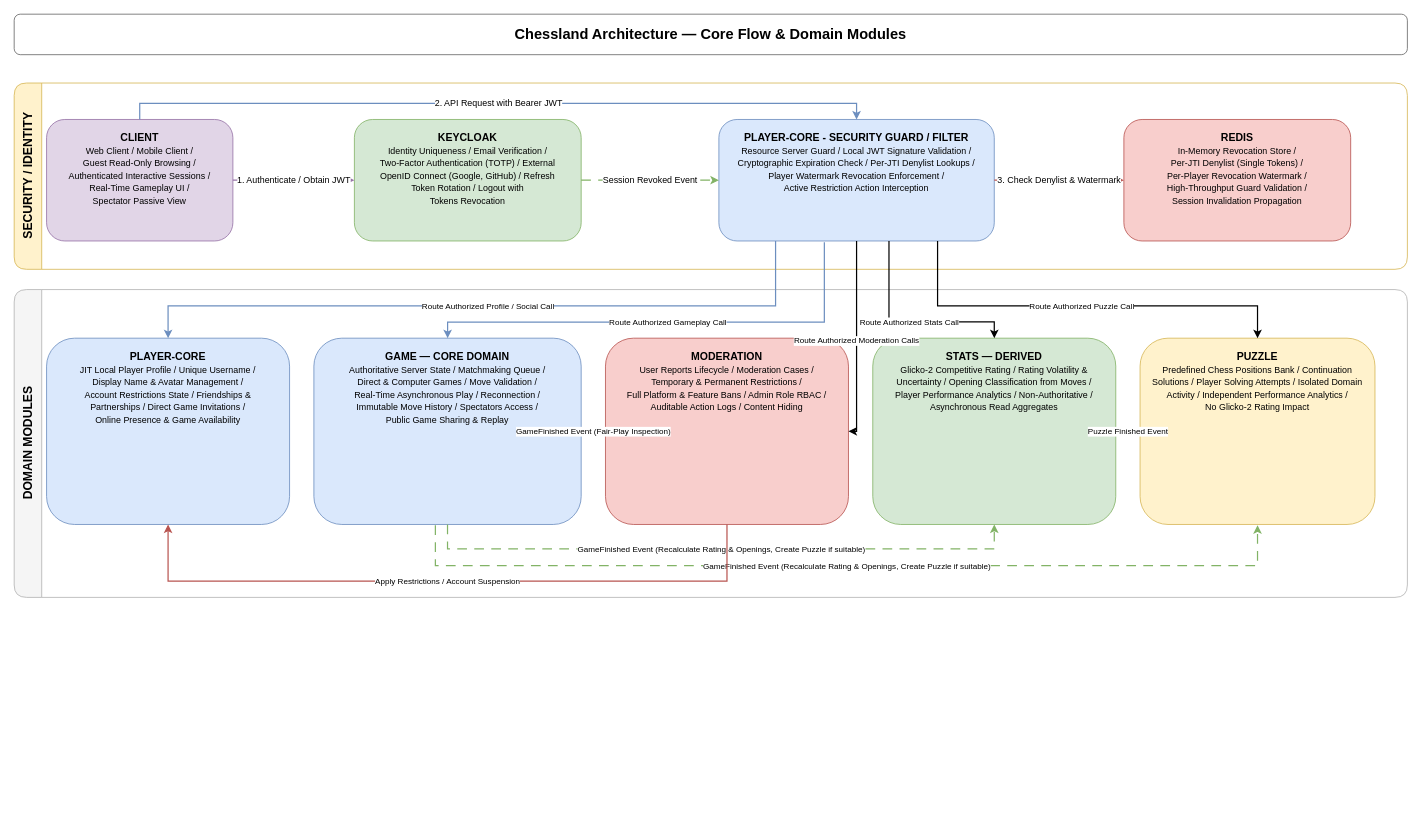
Before: chessland-architecture.drawio in ChesslandOrg/chessland, a draw.io diagram. Source tidied: cells renumbered, new cells numbered last; positions are measured from the earlier drawing's top-left corner, leaving out a move shared by most shapes. Both pictures are drawn from the tidied source at 81%, with x=0, y=0 at pixel (14, 14).
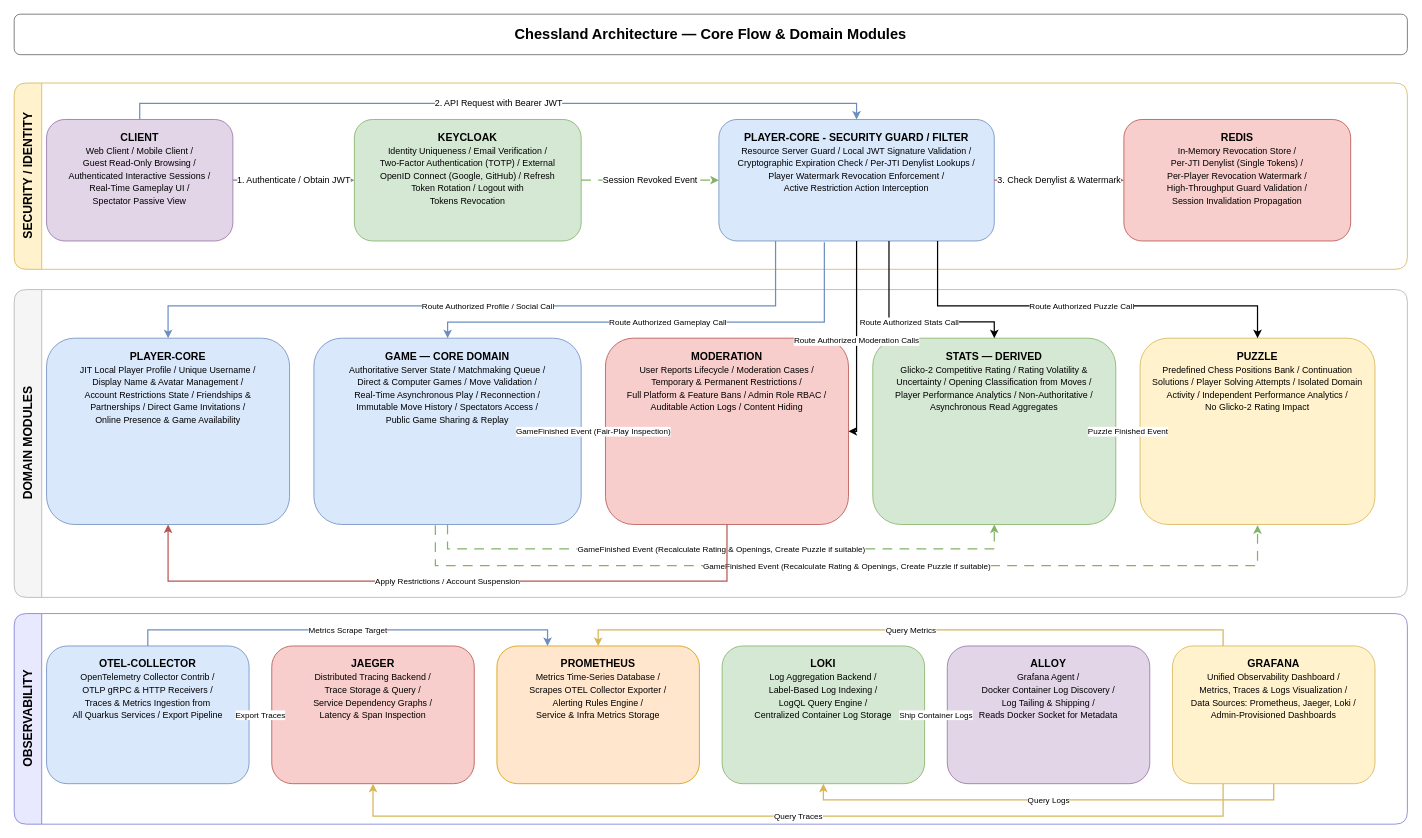
Above is the later version.

Commit message:
feat: update architecture diagram including observability systems

Change to the diagram source:
```diff
@@
+    <mxCell id="28" value="OBSERVABILITY" style="swimlane;html=1;rounded=1;horizontal=0;startSize=34;fillColor=#e8e8ff;strokeColor=#7c7cd6;fontStyle=1;fontSize=15;" parent="1" vertex="1">
+      <mxGeometry y="740" width="1720" height="260" as="geometry" />
+    </mxCell>
+    <mxCell id="29" value="&lt;b&gt;OTEL-COLLECTOR&lt;/b&gt;&lt;br&gt;&lt;font style=&quot;font-size:11px;font-weight:normal&quot;&gt;OpenTelemetry Collector Contrib /&lt;br&gt;OTLP gRPC &amp;amp; HTTP Receivers /&lt;br&gt;Traces &amp;amp; Metrics Ingestion from&lt;br&gt;All Quarkus Services / Export Pipeline&lt;/font&gt;" style="rounded=1;whiteSpace=wrap;html=1;fillColor=#dae8fc;strokeColor=#6c8ebf;fontSize=13;fontStyle=1;verticalAlign=top;spacingTop=8;spacingLeft=8;spacingRight=8;" parent="28" vertex="1">
+      <mxGeometry x="40" y="40" width="250" height="170" as="geometry" />
+    </mxCell>
+    <mxCell id="30" value="&lt;b&gt;JAEGER&lt;/b&gt;&lt;br&gt;&lt;font style=&quot;font-size:11px;font-weight:normal&quot;&gt;Distributed Tracing Backend /&lt;br&gt;Trace Storage &amp;amp; Query /&lt;br&gt;Service Dependency Graphs /&lt;br&gt;Latency &amp;amp; Span Inspection&lt;/font&gt;" style="rounded=1;whiteSpace=wrap;html=1;fillColor=#f8cecc;strokeColor=#b85450;fontSize=13;fontStyle=1;verticalAlign=top;spacingTop=8;spacingLeft=8;spacingRight=8;" parent="28" vertex="1">
+      <mxGeometry x="318" y="40" width="250" height="170" as="geometry" />
+    </mxCell>
+    <mxCell id="31" value="Export Traces" style="edgeStyle=orthogonalEdgeStyle;rounded=0;html=1;strokeColor=#6c8ebf;strokeWidth=1.5;labelBackgroundColor=#ffffff;fontSize=10;" parent="28" edge="1" source="29" target="30">
+      <mxGeometry relative="1" as="geometry" />
+    </mxCell>
+    <mxCell id="32" value="&lt;b&gt;PROMETHEUS&lt;/b&gt;&lt;br&gt;&lt;font style=&quot;font-size:11px;font-weight:normal&quot;&gt;Metrics Time-Series Database /&lt;br&gt;Scrapes OTEL Collector Exporter /&lt;br&gt;Alerting Rules Engine /&lt;br&gt;Service &amp;amp; Infra Metrics Storage&lt;/font&gt;" style="rounded=1;whiteSpace=wrap;html=1;fillColor=#ffe6cc;strokeColor=#d79b00;fontSize=13;fontStyle=1;verticalAlign=top;spacingTop=8;spacingLeft=8;spacingRight=8;" parent="28" vertex="1">
+      <mxGeometry x="596" y="40" width="250" height="170" as="geometry" />
+    </mxCell>
+    <mxCell id="33" value="Metrics Scrape Target" style="edgeStyle=orthogonalEdgeStyle;rounded=0;html=1;strokeColor=#6c8ebf;strokeWidth=1.5;labelBackgroundColor=#ffffff;fontSize=10;exitX=0.5;exitY=0;exitDx=0;exitDy=0;entryX=0.25;entryY=0;entryDx=0;entryDy=0;" parent="28" edge="1" source="29" target="32">
+      <mxGeometry relative="1" as="geometry">
+        <Array as="points">
+          <mxPoint x="165" y="20" />
+          <mxPoint x="658.5" y="20" />
+        </Array>
+      </mxGeometry>
+    </mxCell>
+    <mxCell id="34" value="&lt;b&gt;LOKI&lt;/b&gt;&lt;br&gt;&lt;font style=&quot;font-size:11px;font-weight:normal&quot;&gt;Log Aggregation Backend /&lt;br&gt;Label-Based Log Indexing /&lt;br&gt;LogQL Query Engine /&lt;br&gt;Centralized Container Log Storage&lt;/font&gt;" style="rounded=1;whiteSpace=wrap;html=1;fillColor=#d5e8d4;strokeColor=#82b366;fontSize=13;fontStyle=1;verticalAlign=top;spacingTop=8;spacingLeft=8;spacingRight=8;" parent="28" vertex="1">
+      <mxGeometry x="874" y="40" width="250" height="170" as="geometry" />
+    </mxCell>
+    <mxCell id="35" value="&lt;b&gt;ALLOY&lt;/b&gt;&lt;br&gt;&lt;font style=&quot;font-size:11px;font-weight:normal&quot;&gt;Grafana Agent /&lt;br&gt;Docker Container Log Discovery /&lt;br&gt;Log Tailing &amp;amp; Shipping /&lt;br&gt;Reads Docker Socket for Metadata&lt;/font&gt;" style="rounded=1;whiteSpace=wrap;html=1;fillColor=#e1d5e7;strokeColor=#9673a6;fontSize=13;fontStyle=1;verticalAlign=top;spacingTop=8;spacingLeft=8;spacingRight=8;" parent="28" vertex="1">
+      <mxGeometry x="1152" y="40" width="250" height="170" as="geometry" />
+    </mxCell>
+    <mxCell id="36" value="Ship Container Logs" style="edgeStyle=orthogonalEdgeStyle;rounded=0;html=1;strokeColor=#9673a6;strokeWidth=1.5;labelBackgroundColor=#ffffff;fontSize=10;" parent="28" edge="1" source="35" target="34">
+      <mxGeometry relative="1" as="geometry" />
+    </mxCell>
+    <mxCell id="37" value="&lt;b&gt;GRAFANA&lt;/b&gt;&lt;br&gt;&lt;font style=&quot;font-size:11px;font-weight:normal&quot;&gt;Unified Observability Dashboard /&lt;br&gt;Metrics, Traces &amp;amp; Logs Visualization /&lt;br&gt;Data Sources: Prometheus, Jaeger, Loki /&lt;br&gt;Admin-Provisioned Dashboards&lt;/font&gt;" style="rounded=1;whiteSpace=wrap;html=1;fillColor=#fff2cc;strokeColor=#d6b656;fontSize=13;fontStyle=1;verticalAlign=top;spacingTop=8;spacingLeft=8;spacingRight=8;" parent="28" vertex="1">
+      <mxGeometry x="1430" y="40" width="250" height="170" as="geometry" />
+    </mxCell>
+    <mxCell id="38" value="Query Metrics" style="edgeStyle=orthogonalEdgeStyle;rounded=0;html=1;strokeColor=#d6b656;strokeWidth=1.5;labelBackgroundColor=#ffffff;fontSize=10;exitX=0.25;exitY=0;exitDx=0;exitDy=0;entryX=0.5;entryY=0;entryDx=0;entryDy=0;" parent="28" edge="1" source="37" target="32">
+      <mxGeometry relative="1" as="geometry">
+        <Array as="points">
+          <mxPoint x="1492.5" y="20" />
+          <mxPoint x="720.1" y="20" />
+          <mxPoint x="720.1" y="40" />
+        </Array>
+      </mxGeometry>
+    </mxCell>
+    <mxCell id="39" value="Query Logs" style="edgeStyle=orthogonalEdgeStyle;rounded=0;html=1;strokeColor=#d6b656;strokeWidth=1.5;labelBackgroundColor=#ffffff;fontSize=10;entryX=0.5;entryY=1;entryDx=0;entryDy=0;" parent="28" edge="1" source="37" target="34">
+      <mxGeometry relative="1" as="geometry">
+        <Array as="points">
+          <mxPoint x="1555" y="230" />
+          <mxPoint x="999" y="230" />
+        </Array>
+      </mxGeometry>
+    </mxCell>
+    <mxCell id="40" value="Query Traces" style="edgeStyle=orthogonalEdgeStyle;rounded=0;html=1;strokeColor=#d6b656;strokeWidth=1.5;labelBackgroundColor=#ffffff;fontSize=10;exitX=0.25;exitY=1;exitDx=0;exitDy=0;entryX=0.5;entryY=1;entryDx=0;entryDy=0;" parent="28" edge="1" source="37" target="30">
+      <mxGeometry relative="1" as="geometry">
+        <Array as="points">
+          <mxPoint x="1492.5" y="250" />
+          <mxPoint x="443" y="250" />
+        </Array>
+      </mxGeometry>
+    </mxCell>
```
